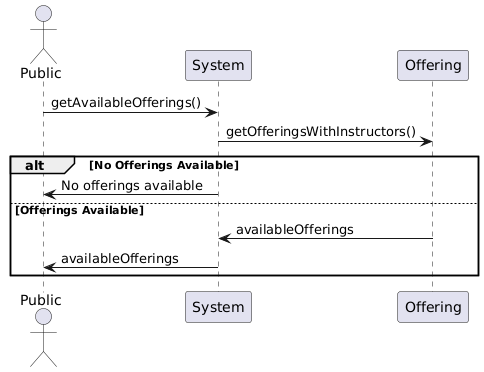
ABALkhabbaz/LessonSchedulingSystem keeps this PlantUML diagram as Diagrams/UML_InteractionDiagrams/PublicViewsOfferings.png. Above is the earlier version. The source it was exported from:
```plantuml
@startuml
actor Public
Public -> System: getAvailableOfferings()
System -> Offering: getOfferingsWithInstructors()
alt No Offerings Available
    System -> Public: No offerings available
else Offerings Available
    Offering -> System: availableOfferings
    System -> Public: availableOfferings
end
@enduml
```
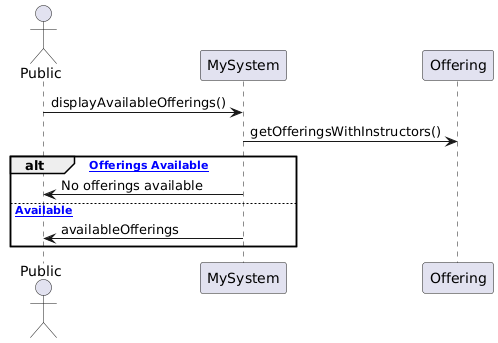
The same file after the commit.

Change to the diagram source:
```diff
@@ -1,11 +1,10 @@
 @startuml
 actor Public
-Public -> System: getAvailableOfferings()
-System -> Offering: getOfferingsWithInstructors()
-alt No Offerings Available
-    System -> Public: No offerings available
-else Offerings Available
-    Offering -> System: availableOfferings
-    System -> Public: availableOfferings
+Public -> MySystem: displayAvailableOfferings()
+MySystem -> Offering: getOfferingsWithInstructors()
+alt [No Offerings Available]
+    MySystem -> Public: No offerings available
+else [Offerings Available]
+    MySystem -> Public: availableOfferings
 end
 @enduml
```
